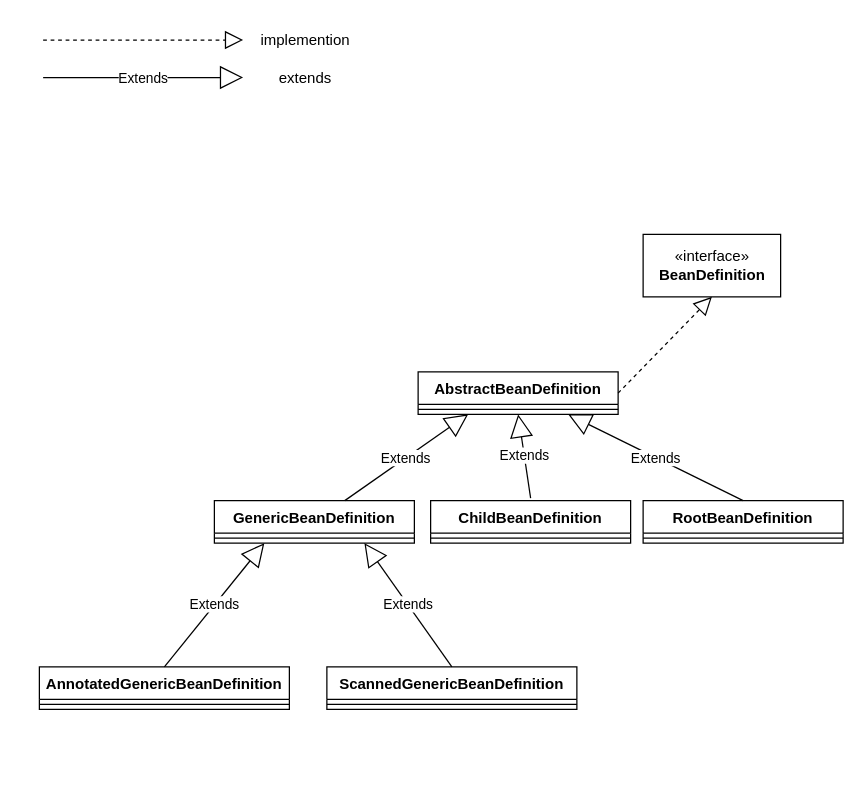
Earlier version of the draw.io diagram Untitled Diagram.drawio (zhoulei4652/gitchild). Source tidied: cells renumbered, new cells numbered last; positions are measured from the earlier drawing's top-left corner, leaving out a move shared by most shapes. Both pictures are drawn from the tidied source at 125%, with x=0, y=0 at pixel (39, 21).
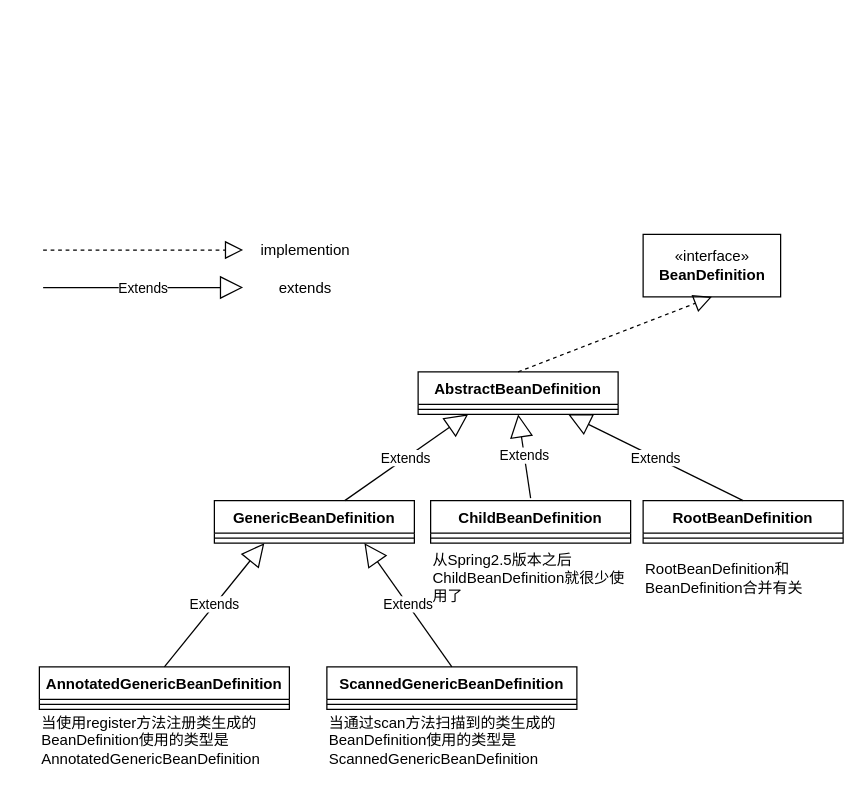
Above is the later version.

Unchanged cells that the change refers to:
```xml
<mxCell id="2" value="«interface»&lt;br&gt;&lt;b&gt;BeanDefinition&lt;/b&gt;" style="html=1;" parent="1" vertex="1">
  <mxGeometry x="483" y="170" width="110" height="50" as="geometry" />
</mxCell>
<mxCell id="3" value="AbstractBeanDefinition" style="swimlane;fontStyle=1;align=center;verticalAlign=top;horizontal=1;startSize=26;" parent="1" vertex="1">
  <mxGeometry x="303" y="280" width="160" height="34" as="geometry" />
</mxCell>
```

Change to the diagram source:
```diff
@@
-    <mxCell id="5" style="endArrow=block;dashed=1;endFill=0;endSize=12;html=1;rounded=0;exitX=1;exitY=0.5;exitDx=0;exitDy=0;entryX=0.5;entryY=1;entryDx=0;entryDy=0;" parent="1" edge="1" source="3" target="2">
+    <mxCell id="5" style="endArrow=block;dashed=1;endFill=0;endSize=12;html=1;rounded=0;exitX=0.5;exitY=0;exitDx=0;exitDy=0;entryX=0.5;entryY=1;entryDx=0;entryDy=0;" parent="1" edge="1" source="3" target="2">
       <mxGeometry relative="1" as="geometry" />
     </mxCell>
     <mxCell id="6" style="endArrow=block;dashed=1;endFill=0;endSize=12;html=1;rounded=0;" parent="1" edge="1">
       <mxGeometry relative="1" as="geometry">
-        <mxPoint x="3" y="14.5" as="sourcePoint" />
-        <mxPoint x="163" y="14.5" as="targetPoint" />
+        <mxPoint x="3" y="182.5" as="sourcePoint" />
+        <mxPoint x="163" y="182.5" as="targetPoint" />
       </mxGeometry>
     </mxCell>
     <mxCell id="7" value="&lt;div&gt;implemention&lt;/div&gt;" style="text;html=1;strokeColor=none;fillColor=none;align=center;verticalAlign=middle;whiteSpace=wrap;rounded=0;" parent="1" vertex="1">
-      <mxGeometry x="183" width="60" height="30" as="geometry" />
+      <mxGeometry x="183" y="168" width="60" height="30" as="geometry" />
     </mxCell>
@@
     <mxCell id="10" value="Extends" style="endArrow=block;endSize=16;endFill=0;html=1;rounded=0;" parent="1" edge="1">
       <mxGeometry relative="1" as="geometry">
-        <mxPoint x="3" y="44.5" as="sourcePoint" />
-        <mxPoint x="163" y="44.5" as="targetPoint" />
+        <mxPoint x="3" y="212.5" as="sourcePoint" />
+        <mxPoint x="163" y="212.5" as="targetPoint" />
       </mxGeometry>
     </mxCell>
     <mxCell id="11" value="extends" style="text;html=1;strokeColor=none;fillColor=none;align=center;verticalAlign=middle;whiteSpace=wrap;rounded=0;" parent="1" vertex="1">
-      <mxGeometry x="183" y="30" width="60" height="30" as="geometry" />
+      <mxGeometry x="183" y="198" width="60" height="30" as="geometry" />
     </mxCell>
@@
+    <mxCell id="25" value="&lt;div align=&quot;left&quot;&gt;当使用register方法注册类生成的BeanDefinition使用的类型是AnnotatedGenericBeanDefinition&lt;/div&gt;" style="text;html=1;strokeColor=none;fillColor=none;align=left;verticalAlign=middle;whiteSpace=wrap;rounded=0;" parent="1" vertex="1">
+      <mxGeometry y="560" width="200" height="30" as="geometry" />
+    </mxCell>
+    <mxCell id="26" value="&lt;div align=&quot;left&quot;&gt;当通过scan方法扫描到的类生成的BeanDefinition使用的类型是ScannedGenericBeanDefinition&lt;/div&gt;" style="text;html=1;strokeColor=none;fillColor=none;align=left;verticalAlign=middle;whiteSpace=wrap;rounded=0;" parent="1" vertex="1">
+      <mxGeometry x="230" y="560" width="200" height="30" as="geometry" />
+    </mxCell>
+    <mxCell id="27" value="&lt;div align=&quot;left&quot;&gt;从Spring2.5版本之后ChildBeanDefinition就很少使用了&lt;/div&gt;" style="text;html=1;strokeColor=none;fillColor=none;align=left;verticalAlign=middle;whiteSpace=wrap;rounded=0;" parent="1" vertex="1">
+      <mxGeometry x="313" y="430" width="160" height="30" as="geometry" />
+    </mxCell>
+    <mxCell id="28" value="RootBeanDefinition和BeanDefinition合并有关" style="text;html=1;strokeColor=none;fillColor=none;align=left;verticalAlign=middle;whiteSpace=wrap;rounded=0;" parent="1" vertex="1">
+      <mxGeometry x="483" y="430" width="160" height="30" as="geometry" />
+    </mxCell>
```
